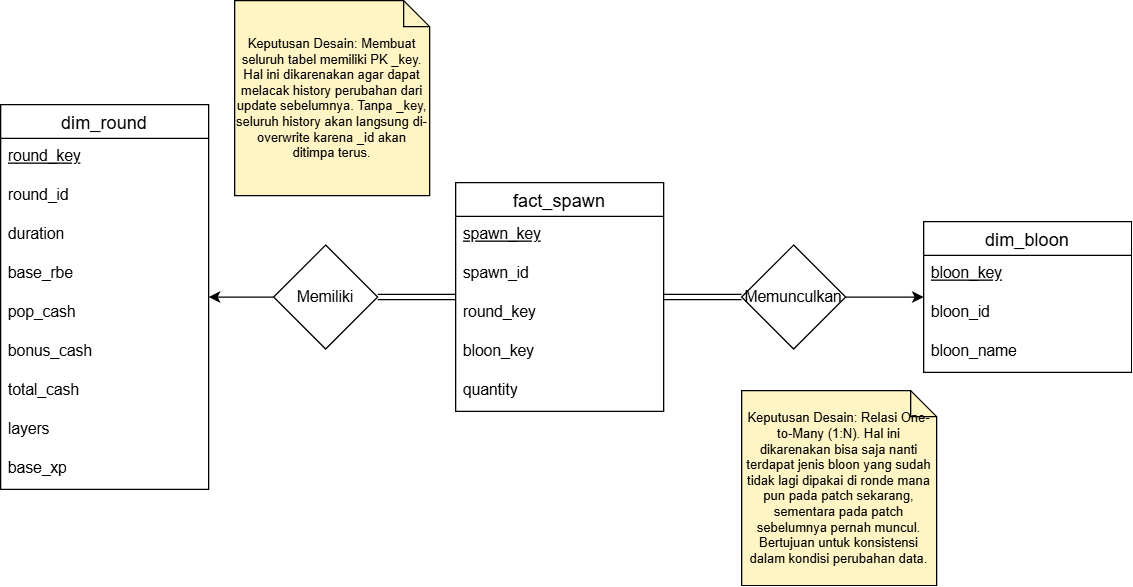
Above: Data Warehouse/design/ERD.png in DeSince29/TUGAS_SELEKSI_1_13524096 (draw.io), before the change. Source tidied: cells renumbered, new cells last; positions are measured from the earlier drawing's top-left corner, leaving out a move shared by most shapes.
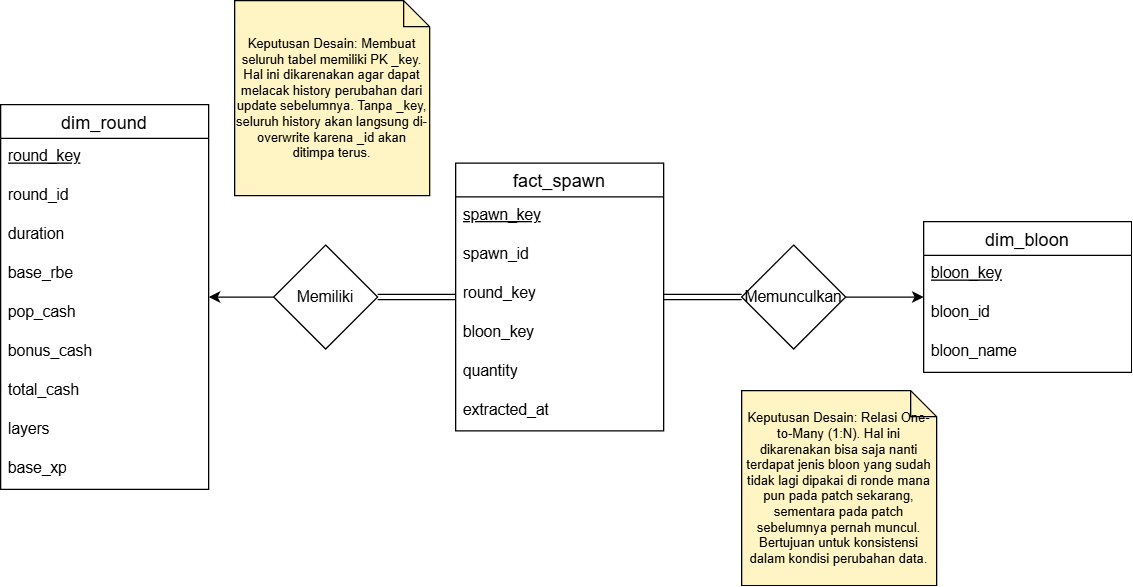
Above is the later version.

Change to the diagram source:
```diff
@@ -45,7 +45,7 @@
       <mxGeometry y="86" width="160" height="30" as="geometry" />
     </mxCell>
     <mxCell id="16" value="fact_spawn" style="swimlane;fontStyle=0;horizontal=1;startSize=26;align=center;fontSize=14;" parent="1" vertex="1">
-      <mxGeometry x="350" y="140" width="160" height="176" as="geometry" />
+      <mxGeometry x="350" y="125" width="160" height="206" as="geometry" />
     </mxCell>
     <mxCell id="17" value="&lt;u&gt;spawn_key&lt;/u&gt;" style="text;strokeColor=none;fillColor=none;spacingLeft=4;spacingRight=4;overflow=hidden;fontSize=12;whiteSpace=wrap;html=1;" parent="16" vertex="1">
       <mxGeometry y="26" width="160" height="30" as="geometry" />
@@ -62,6 +62,9 @@
     <mxCell id="21" value="&lt;div&gt;quantity&lt;/div&gt;" style="text;strokeColor=none;fillColor=none;spacingLeft=4;spacingRight=4;overflow=hidden;fontSize=12;whiteSpace=wrap;html=1;" parent="16" vertex="1">
       <mxGeometry y="146" width="160" height="30" as="geometry" />
     </mxCell>
+    <mxCell id="30" value="&lt;div&gt;extracted_at&lt;/div&gt;" style="text;strokeColor=none;fillColor=none;spacingLeft=4;spacingRight=4;overflow=hidden;fontSize=12;whiteSpace=wrap;html=1;" parent="16" vertex="1">
+      <mxGeometry y="176" width="160" height="30" as="geometry" />
+    </mxCell>
     <mxCell id="22" style="edgeStyle=orthogonalEdgeStyle;rounded=0;jettySize=auto;html=1;" parent="1" edge="1" source="24" target="2">
       <mxGeometry relative="1" as="geometry" />
     </mxCell>
```
